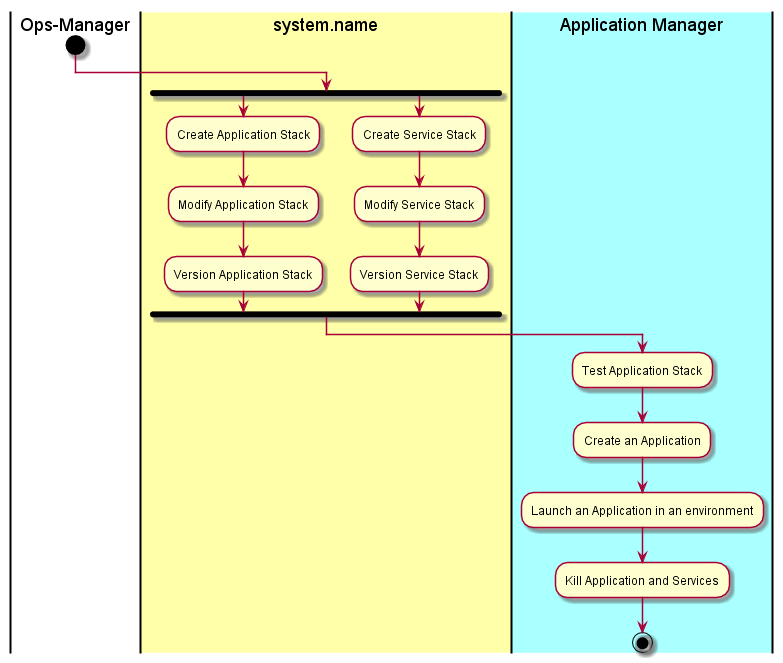
The PlantUML diagram docs/Actors/Ops-Manager/Workflow.png in CAADE/fleet, before a commit. Its diagram source:
```plantuml
@startuml
|Ops-Manager|
start
|#ffffaa|system.name|
fork
:Create Application Stack;
:Modify Application Stack;
:Version Application Stack;
fork again
:Create Service Stack;
:Modify Service Stack;
:Version Service Stack;
fork end
|#aaffff|Application Manager|
:Test Application Stack;
:Create an Application;
:Launch an Application in an environment;
:Kill Application and Services;
stop
@enduml
```
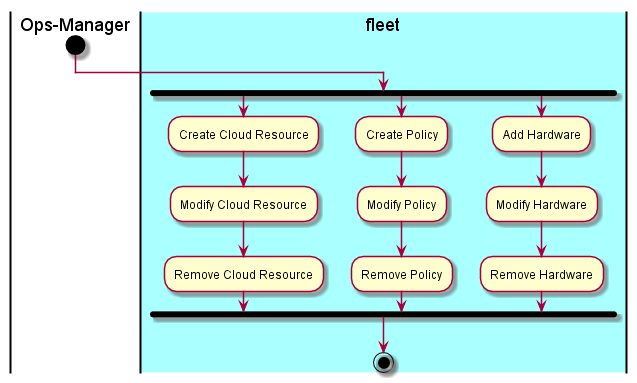
The same file after the commit.

Commit message:
Document Application Stack

Diff of the diagram source:
```diff
@@ -1,20 +1,19 @@
 @startuml
 |Ops-Manager|
 start
-|#ffffaa|system.name|
+|#aaffff|fleet|
 fork
-:Create Application Stack;
-:Modify Application Stack;
-:Version Application Stack;
+:Create Cloud Resource;
+:Modify Cloud Resource;
+:Remove Cloud Resource;
 fork again
-:Create Service Stack;
-:Modify Service Stack;
-:Version Service Stack;
+:Create Policy;
+:Modify Policy;
+:Remove Policy;
+fork again
+:Add Hardware;
+:Modify Hardware;
+:Remove Hardware;
 fork end
-|#aaffff|Application Manager|
-:Test Application Stack;
-:Create an Application;
-:Launch an Application in an environment;
-:Kill Application and Services;
 stop
 @enduml
```
